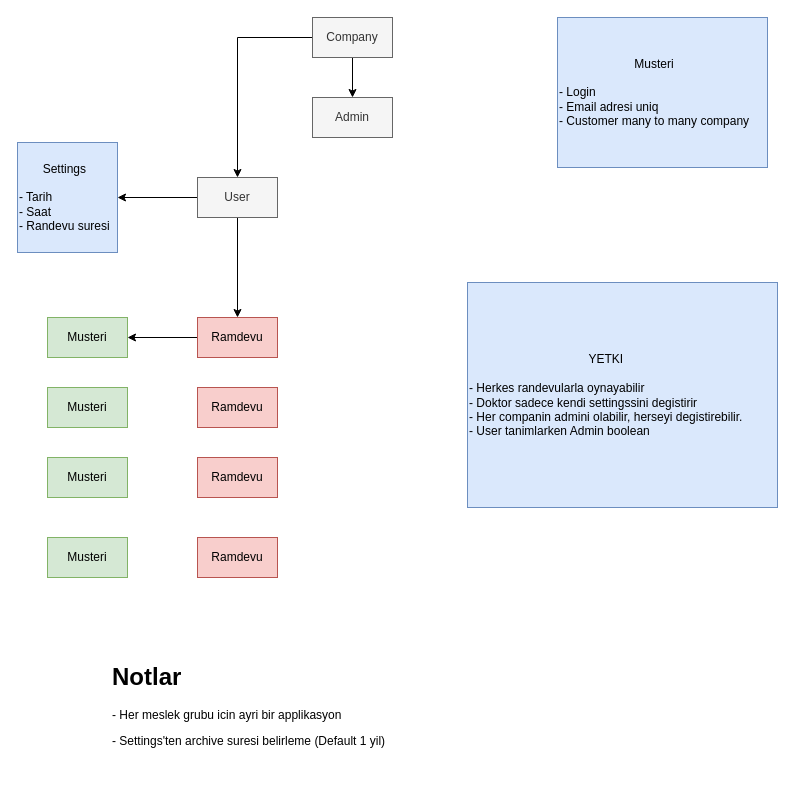
Above: page "Apps 2" (2 of 4) of mrvtool.drawio in dagistan-tuncbilek/tasarimlar (draw.io), before the change. Source tidied: cells renumbered, new cells numbered last; positions are measured from the earlier drawing's top-left corner, leaving out a move shared by most shapes. Both pictures are drawn from the tidied source at 100%, with x=0, y=0 at pixel (17, 17).
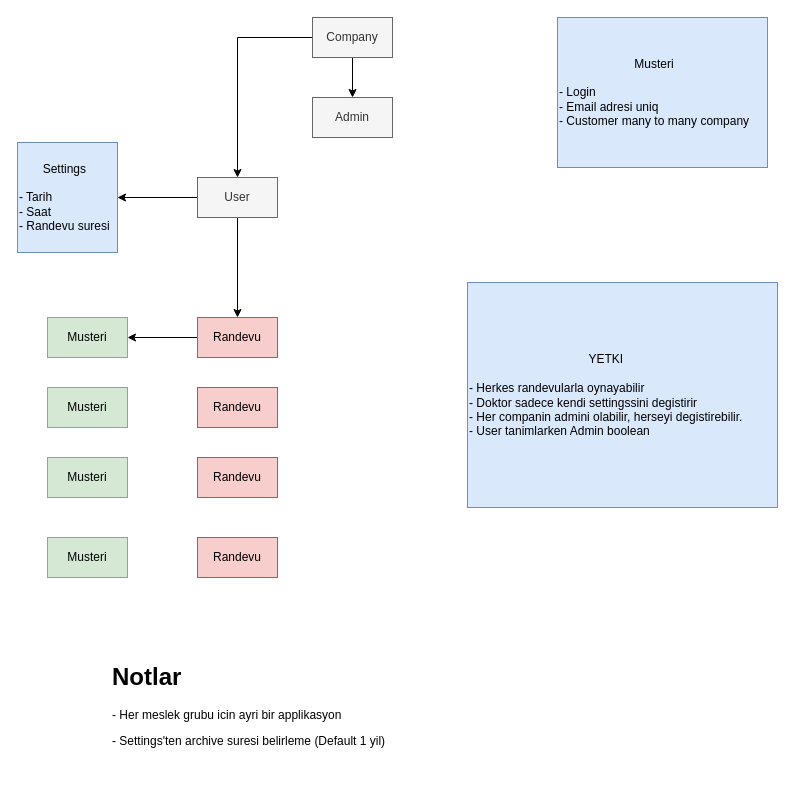
The same diagram, later.

Change to the diagram source:
```diff
@@
-    <mxCell id="3" value="Ramdevu" style="rounded=0;whiteSpace=wrap;html=1;fillColor=#f8cecc;strokeColor=#b85450;" parent="1" vertex="1">
+    <mxCell id="3" value="Randevu" style="rounded=0;whiteSpace=wrap;html=1;fillColor=#f8cecc;strokeColor=#b85450;" parent="1" vertex="1">
       <mxGeometry x="180" y="300" width="80" height="40" as="geometry" />
     </mxCell>
@@
-    <mxCell id="9" value="Ramdevu" style="rounded=0;whiteSpace=wrap;html=1;fillColor=#f8cecc;strokeColor=#b85450;" parent="1" vertex="1">
+    <mxCell id="9" value="Randevu" style="rounded=0;whiteSpace=wrap;html=1;fillColor=#f8cecc;strokeColor=#b85450;" parent="1" vertex="1">
       <mxGeometry x="180" y="370" width="80" height="40" as="geometry" />
     </mxCell>
@@
-    <mxCell id="11" value="Ramdevu" style="rounded=0;whiteSpace=wrap;html=1;fillColor=#f8cecc;strokeColor=#b85450;" parent="1" vertex="1">
+    <mxCell id="11" value="Randevu" style="rounded=0;whiteSpace=wrap;html=1;fillColor=#f8cecc;strokeColor=#b85450;" parent="1" vertex="1">
       <mxGeometry x="180" y="440" width="80" height="40" as="geometry" />
     </mxCell>
@@
-    <mxCell id="13" value="Ramdevu" style="rounded=0;whiteSpace=wrap;html=1;fillColor=#f8cecc;strokeColor=#b85450;" parent="1" vertex="1">
+    <mxCell id="13" value="Randevu" style="rounded=0;whiteSpace=wrap;html=1;fillColor=#f8cecc;strokeColor=#b85450;" parent="1" vertex="1">
       <mxGeometry x="180" y="520" width="80" height="40" as="geometry" />
     </mxCell>
```
